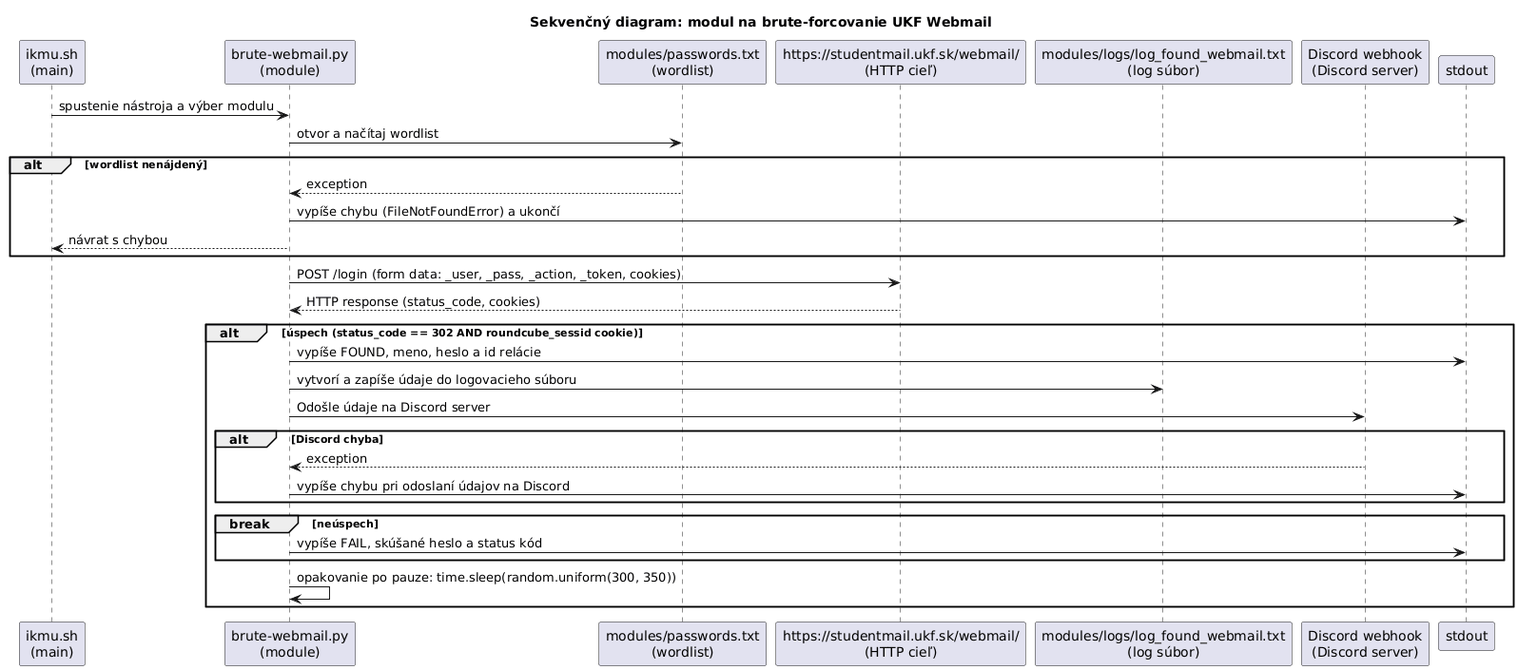
This is diagrams/sequence_diagram_brute_webmail.png from majohlavacka/Diplomova-praca, a PlantUML export, as it was before one commit.
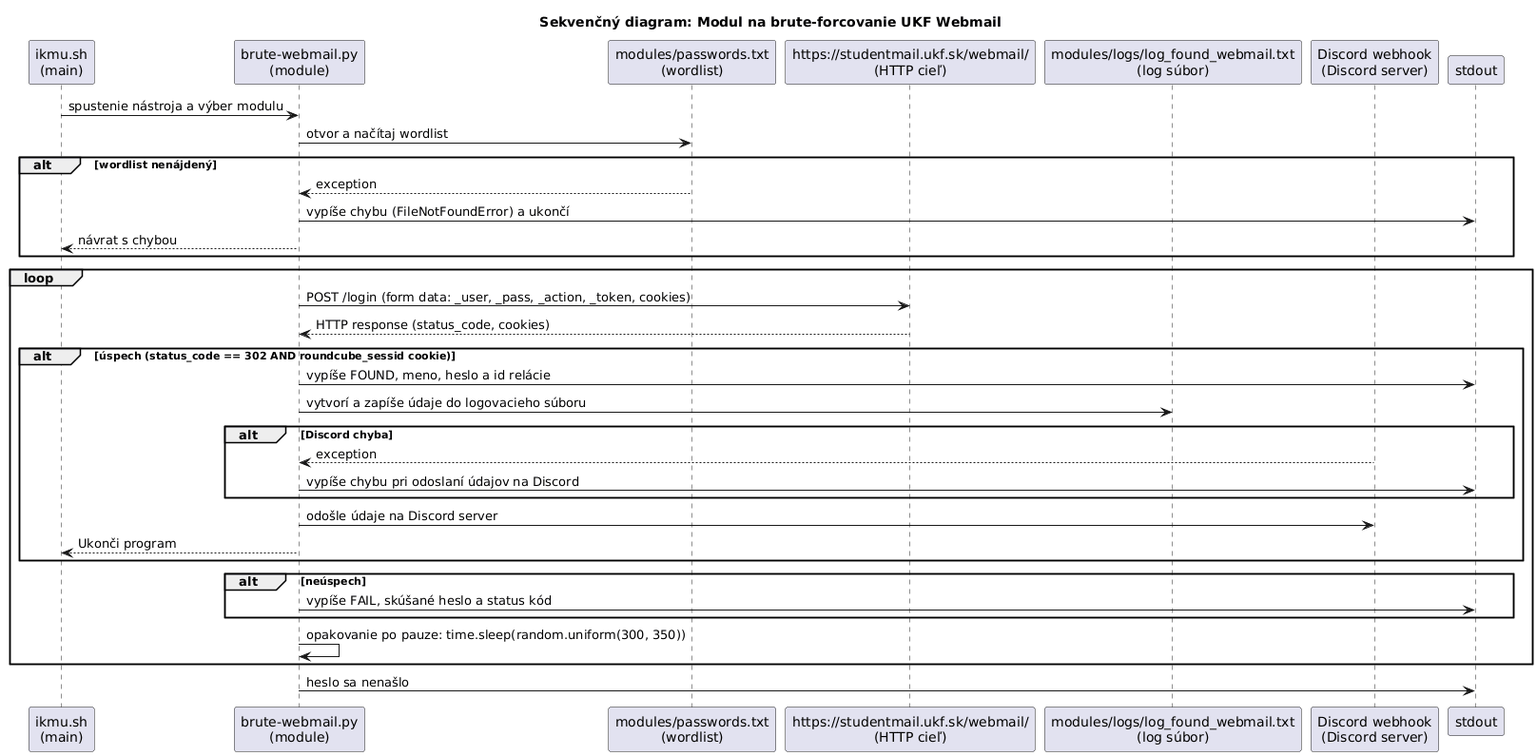
After the change.

The edit, as a diff of the source:
```diff
@@ -1,5 +1,5 @@
 @startuml
-title Sekvenčný diagram: modul na brute-forcovanie UKF Webmail
+title Sekvenčný diagram: Modul na brute-forcovanie UKF Webmail
 
 participant "ikmu.sh\n(main)" as IKMU
 participant "brute-webmail.py\n(module)" as brute_module
@@ -18,21 +18,25 @@
   brute_module --> IKMU : návrat s chybou
 end
 
-  brute_module -> Webmail : POST /login (form data: _user, _pass, _action, _token, cookies)
-  Webmail --> brute_module : HTTP response (status_code, cookies)
+loop
+    brute_module -> Webmail : POST /login (form data: _user, _pass, _action, _token, cookies)
+    Webmail --> brute_module : HTTP response (status_code, cookies)
 
-  alt úspech (status_code == 302 AND roundcube_sessid cookie)
-    brute_module -> Console : vypíše FOUND, meno, heslo a id relácie
-    brute_module -> LogFile : vytvorí a zapíše údaje do logovacieho súboru
-    brute_module -> Discord : Odošle údaje na Discord server
-    alt Discord chyba
-      Discord --> brute_module : exception
-      brute_module -> Console : vypíše chybu pri odoslaní údajov na Discord
+    alt úspech (status_code == 302 AND roundcube_sessid cookie)
+      brute_module -> Console : vypíše FOUND, meno, heslo a id relácie
+      brute_module -> LogFile : vytvorí a zapíše údaje do logovacieho súboru
+      alt Discord chyba
+        Discord --> brute_module : exception
+        brute_module -> Console : vypíše chybu pri odoslaní údajov na Discord
+      end
+      brute_module -> Discord : odošle údaje na Discord server
+      brute_module --> IKMU : Ukonči program
+     end
+    alt neúspech
+     brute_module -> Console : vypíše FAIL, skúšané heslo a status kód
     end
-    break neúspech
-    brute_module -> Console : vypíše FAIL, skúšané heslo a status kód
-  end
+      brute_module -> brute_module : opakovanie po pauze: time.sleep(random.uniform(300, 350))
+end
 
-  brute_module -> brute_module : opakovanie po pauze: time.sleep(random.uniform(300, 350))
-end
+brute_module -> Console : heslo sa nenašlo
 @enduml
```
